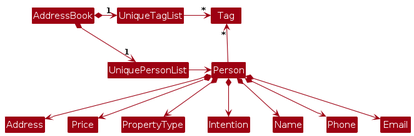
Before: diagrams/BetterModelClassDiagram.png, a diagram exported from PlantUML (AY2526S1-CS2103-F10-2/tp). Its source is kept beside it as diagrams/BetterModelClassDiagram.puml.
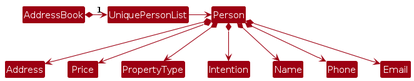
After the commit.

The edit, as a diff of the source:
```diff
@@ -5,14 +5,7 @@
 skinparam classBackgroundColor MODEL_COLOR
 
 AddressBook *-right-> "1" UniquePersonList
-AddressBook *-right-> "1" UniqueTagList
-UniqueTagList -[hidden]down- UniquePersonList
-UniqueTagList -[hidden]down- UniquePersonList
-
-UniqueTagList -right-> "*" Tag
 UniquePersonList -right-> Person
-
-Person -up-> "*" Tag
 
 Person *--> Name
 Person *--> Phone
@@ -25,5 +18,4 @@
 Address -[hidden]right-> Price
 Price -[hidden]right-> PropertyType
 PropertyType -[hidden]right-> Intention
-
 @enduml
```
